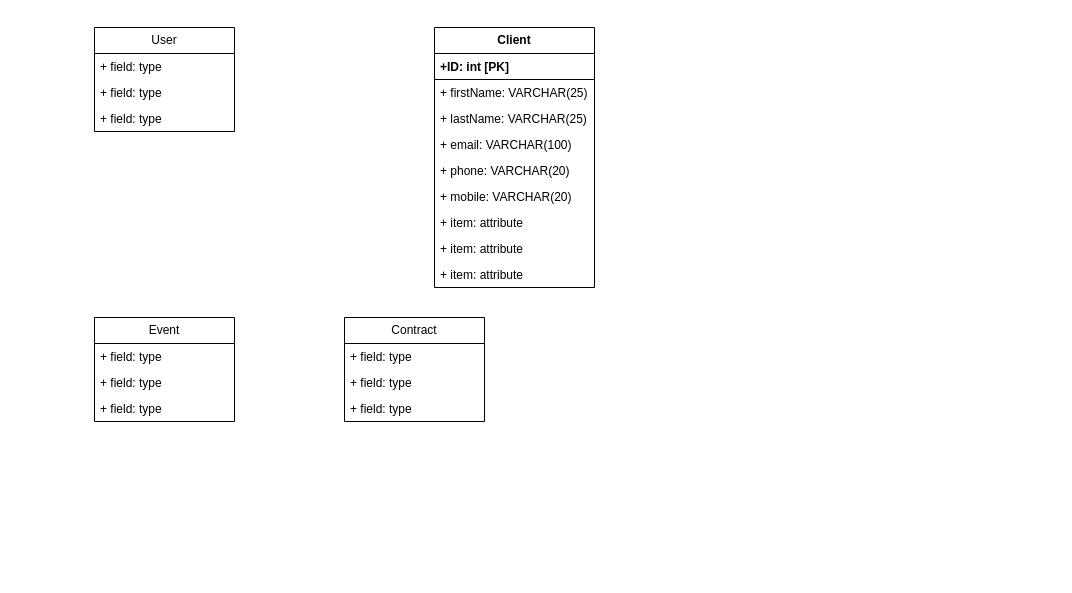
Earlier version of the draw.io diagram CRM.drawio (gmaOCR/TP12). Source tidied: cells renumbered, new cells numbered last; positions are measured from the earlier drawing's top-left corner, leaving out a move shared by most shapes. Both pictures are drawn from the tidied source at 100%, with x=0, y=0 at pixel (94, 27).
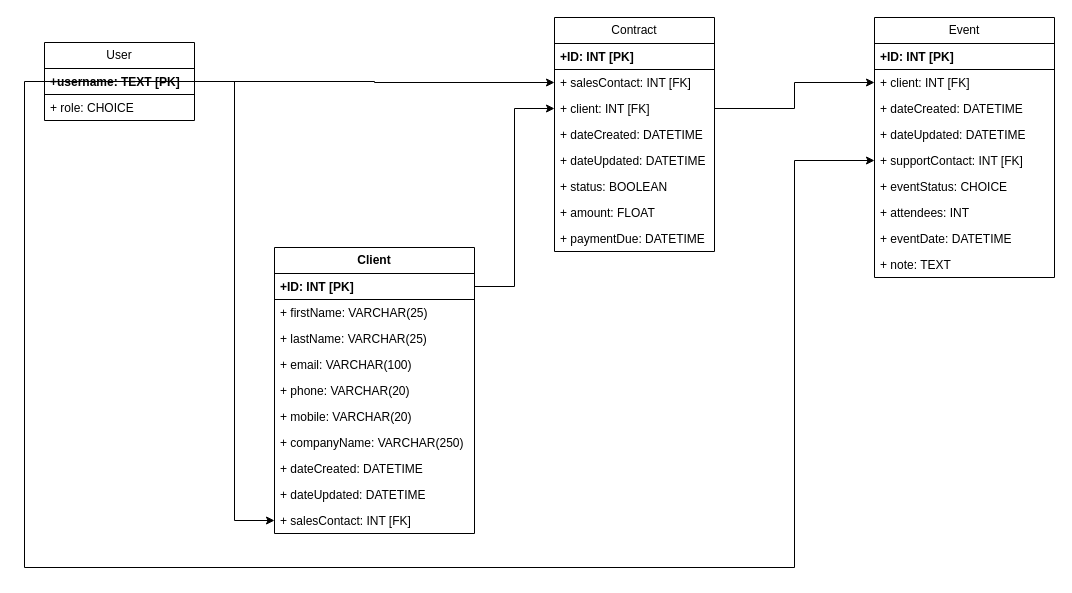
The same diagram, later.

Commit message:
Mettre à jour CRM.drawio

What changed in the source:
```diff
@@
     <mxCell id="2" value="User" style="swimlane;fontStyle=0;horizontal=1;startSize=26;fillColor=none;whiteSpace=wrap;html=1;" parent="1" vertex="1">
-      <mxGeometry width="140" height="104" as="geometry" />
+      <mxGeometry x="-50" y="15" width="150" height="78" as="geometry" />
     </mxCell>
-    <mxCell id="3" value="+ field: type" style="text;strokeColor=none;fillColor=none;align=left;verticalAlign=top;spacingLeft=4;spacingRight=4;overflow=hidden;points=[[0,0.5],[1,0.5]];portConstraint=eastwest;whiteSpace=wrap;html=1;" parent="2" vertex="1">
-      <mxGeometry y="26" width="140" height="26" as="geometry" />
+    <mxCell id="3" value="&lt;b&gt;+username: TEXT [PK]&lt;/b&gt;" style="text;strokeColor=default;fillColor=none;align=left;verticalAlign=top;spacingLeft=4;spacingRight=4;overflow=hidden;points=[[0,0.5],[1,0.5]];portConstraint=eastwest;whiteSpace=wrap;html=1;" parent="2" vertex="1">
+      <mxGeometry y="26" width="150" height="26" as="geometry" />
     </mxCell>
-    <mxCell id="4" value="+ field: type" style="text;strokeColor=none;fillColor=none;align=left;verticalAlign=top;spacingLeft=4;spacingRight=4;overflow=hidden;whiteSpace=wrap;html=1;" parent="2" vertex="1">
-      <mxGeometry y="52" width="140" height="26" as="geometry" />
+    <mxCell id="4" value="+ role: CHOICE" style="text;strokeColor=none;fillColor=none;align=left;verticalAlign=top;spacingLeft=4;spacingRight=4;overflow=hidden;whiteSpace=wrap;html=1;" parent="2" vertex="1">
+      <mxGeometry y="52" width="150" height="26" as="geometry" />
     </mxCell>
-    <mxCell id="5" value="+ field: type" style="text;strokeColor=none;fillColor=none;align=left;verticalAlign=top;spacingLeft=4;spacingRight=4;overflow=hidden;whiteSpace=wrap;html=1;" parent="2" vertex="1">
-      <mxGeometry y="78" width="140" height="26" as="geometry" />
-    </mxCell>
     <mxCell id="6" value="Event" style="swimlane;fontStyle=0;horizontal=1;startSize=26;fillColor=none;whiteSpace=wrap;html=1;" parent="1" vertex="1">
-      <mxGeometry y="290" width="140" height="104" as="geometry" />
+      <mxGeometry x="780" y="-10" width="180" height="260" as="geometry" />
     </mxCell>
-    <mxCell id="7" value="+ field: type" style="text;strokeColor=none;fillColor=none;align=left;verticalAlign=top;spacingLeft=4;spacingRight=4;overflow=hidden;whiteSpace=wrap;html=1;" parent="6" vertex="1">
-      <mxGeometry y="26" width="140" height="26" as="geometry" />
+    <mxCell id="7" value="&lt;b&gt;+ID: INT [PK]&lt;/b&gt;" style="text;strokeColor=default;fillColor=none;align=left;verticalAlign=top;spacingLeft=4;spacingRight=4;overflow=hidden;whiteSpace=wrap;html=1;" parent="6" vertex="1">
+      <mxGeometry y="26" width="180" height="26" as="geometry" />
     </mxCell>
+    <mxCell id="24" value="+ client: INT [FK]" style="text;strokeColor=none;fillColor=none;align=left;verticalAlign=top;spacingLeft=4;spacingRight=4;overflow=hidden;points=[[0,0.5],[1,0.5]];portConstraint=eastwest;whiteSpace=wrap;html=1;" parent="6" vertex="1">
+      <mxGeometry y="52" width="180" height="26" as="geometry" />
+    </mxCell>
+    <mxCell id="25" value="+ dateCreated: DATETIME" style="text;strokeColor=none;fillColor=none;align=left;verticalAlign=top;spacingLeft=4;spacingRight=4;overflow=hidden;whiteSpace=wrap;html=1;" parent="6" vertex="1">
+      <mxGeometry y="78" width="180" height="26" as="geometry" />
+    </mxCell>
+    <mxCell id="26" value="+ dateUpdated: DATETIME" style="text;strokeColor=none;fillColor=none;align=left;verticalAlign=top;spacingLeft=4;spacingRight=4;overflow=hidden;whiteSpace=wrap;html=1;" parent="6" vertex="1">
+      <mxGeometry y="104" width="180" height="26" as="geometry" />
+    </mxCell>
+    <mxCell id="27" value="+ supportContact: INT [FK]" style="text;strokeColor=none;fillColor=none;align=left;verticalAlign=top;spacingLeft=4;spacingRight=4;overflow=hidden;points=[[0,0.5],[1,0.5]];portConstraint=eastwest;whiteSpace=wrap;html=1;" parent="6" vertex="1">
+      <mxGeometry y="130" width="180" height="26" as="geometry" />
+    </mxCell>
+    <mxCell id="28" value="+ eventStatus: CHOICE" style="text;strokeColor=none;fillColor=none;align=left;verticalAlign=top;spacingLeft=4;spacingRight=4;overflow=hidden;whiteSpace=wrap;html=1;" parent="6" vertex="1">
+      <mxGeometry y="156" width="180" height="26" as="geometry" />
+    </mxCell>
+    <mxCell id="29" value="+ attendees: INT" style="text;strokeColor=none;fillColor=none;align=left;verticalAlign=top;spacingLeft=4;spacingRight=4;overflow=hidden;whiteSpace=wrap;html=1;" parent="6" vertex="1">
+      <mxGeometry y="182" width="180" height="26" as="geometry" />
+    </mxCell>
-    <mxCell id="8" value="+ field: type" style="text;strokeColor=none;fillColor=none;align=left;verticalAlign=top;spacingLeft=4;spacingRight=4;overflow=hidden;whiteSpace=wrap;html=1;" parent="6" vertex="1">
-      <mxGeometry y="52" width="140" height="26" as="geometry" />
+    <mxCell id="8" value="+ eventDate: DATETIME" style="text;strokeColor=none;fillColor=none;align=left;verticalAlign=top;spacingLeft=4;spacingRight=4;overflow=hidden;whiteSpace=wrap;html=1;" parent="6" vertex="1">
+      <mxGeometry y="208" width="180" height="26" as="geometry" />
     </mxCell>
-    <mxCell id="9" value="+ field: type" style="text;strokeColor=none;fillColor=none;align=left;verticalAlign=top;spacingLeft=4;spacingRight=4;overflow=hidden;whiteSpace=wrap;html=1;" parent="6" vertex="1">
-      <mxGeometry y="78" width="140" height="26" as="geometry" />
+    <mxCell id="9" value="+ note: TEXT" style="text;strokeColor=none;fillColor=none;align=left;verticalAlign=top;spacingLeft=4;spacingRight=4;overflow=hidden;whiteSpace=wrap;html=1;" parent="6" vertex="1">
+      <mxGeometry y="234" width="180" height="26" as="geometry" />
     </mxCell>
     <mxCell id="10" value="Contract" style="swimlane;fontStyle=0;horizontal=1;startSize=26;fillColor=none;whiteSpace=wrap;html=1;" parent="1" vertex="1">
-      <mxGeometry x="250" y="290" width="140" height="104" as="geometry" />
+      <mxGeometry x="460" y="-10" width="160" height="234" as="geometry" />
     </mxCell>
-    <mxCell id="11" value="+ field: type" style="text;strokeColor=none;fillColor=none;align=left;verticalAlign=top;spacingLeft=4;spacingRight=4;overflow=hidden;whiteSpace=wrap;html=1;" parent="10" vertex="1">
-      <mxGeometry y="26" width="140" height="26" as="geometry" />
+    <mxCell id="11" value="&lt;b&gt;+ID: INT [PK]&lt;/b&gt;" style="text;strokeColor=default;fillColor=none;align=left;verticalAlign=top;spacingLeft=4;spacingRight=4;overflow=hidden;whiteSpace=wrap;html=1;" parent="10" vertex="1">
+      <mxGeometry y="26" width="160" height="26" as="geometry" />
     </mxCell>
-    <mxCell id="12" value="+ field: type" style="text;strokeColor=none;fillColor=none;align=left;verticalAlign=top;spacingLeft=4;spacingRight=4;overflow=hidden;points=[[0,0.5],[1,0.5]];portConstraint=eastwest;whiteSpace=wrap;html=1;" parent="10" vertex="1">
-      <mxGeometry y="52" width="140" height="26" as="geometry" />
+    <mxCell id="12" value="+ salesContact: INT [FK]" style="text;strokeColor=none;fillColor=none;align=left;verticalAlign=top;spacingLeft=4;spacingRight=4;overflow=hidden;points=[[0,0.5],[1,0.5]];portConstraint=eastwest;whiteSpace=wrap;html=1;" parent="10" vertex="1">
+      <mxGeometry y="52" width="160" height="26" as="geometry" />
     </mxCell>
+    <mxCell id="30" value="+ client: INT [FK]" style="text;strokeColor=none;fillColor=none;align=left;verticalAlign=top;spacingLeft=4;spacingRight=4;overflow=hidden;points=[[0,0.5],[1,0.5]];portConstraint=eastwest;whiteSpace=wrap;html=1;" parent="10" vertex="1">
+      <mxGeometry y="78" width="160" height="26" as="geometry" />
+    </mxCell>
+    <mxCell id="31" value="+ dateCreated: DATETIME" style="text;strokeColor=none;fillColor=none;align=left;verticalAlign=top;spacingLeft=4;spacingRight=4;overflow=hidden;whiteSpace=wrap;html=1;" parent="10" vertex="1">
+      <mxGeometry y="104" width="160" height="26" as="geometry" />
+    </mxCell>
+    <mxCell id="32" value="+ dateUpdated: DATETIME" style="text;strokeColor=none;fillColor=none;align=left;verticalAlign=top;spacingLeft=4;spacingRight=4;overflow=hidden;whiteSpace=wrap;html=1;" parent="10" vertex="1">
+      <mxGeometry y="130" width="160" height="26" as="geometry" />
+    </mxCell>
+    <mxCell id="33" value="+ status: BOOLEAN" style="text;strokeColor=none;fillColor=none;align=left;verticalAlign=top;spacingLeft=4;spacingRight=4;overflow=hidden;whiteSpace=wrap;html=1;" parent="10" vertex="1">
+      <mxGeometry y="156" width="160" height="26" as="geometry" />
+    </mxCell>
+    <mxCell id="34" value="+ amount: FLOAT" style="text;strokeColor=none;fillColor=none;align=left;verticalAlign=top;spacingLeft=4;spacingRight=4;overflow=hidden;whiteSpace=wrap;html=1;" parent="10" vertex="1">
+      <mxGeometry y="182" width="160" height="26" as="geometry" />
+    </mxCell>
-    <mxCell id="13" value="+ field: type" style="text;strokeColor=none;fillColor=none;align=left;verticalAlign=top;spacingLeft=4;spacingRight=4;overflow=hidden;whiteSpace=wrap;html=1;" parent="10" vertex="1">
-      <mxGeometry y="78" width="140" height="26" as="geometry" />
+    <mxCell id="13" value="+ paymentDue: DATETIME" style="text;strokeColor=none;fillColor=none;align=left;verticalAlign=top;spacingLeft=4;spacingRight=4;overflow=hidden;whiteSpace=wrap;html=1;" parent="10" vertex="1">
+      <mxGeometry y="208" width="160" height="26" as="geometry" />
     </mxCell>
     <mxCell id="14" value="&lt;b&gt;Client&lt;/b&gt;" style="swimlane;fontStyle=0;horizontal=1;startSize=26;fillColor=none;whiteSpace=wrap;html=1;" parent="1" vertex="1">
-      <mxGeometry x="340" width="160" height="260" as="geometry" />
+      <mxGeometry x="180" y="220" width="200" height="286" as="geometry" />
     </mxCell>
-    <mxCell id="15" value="&lt;b&gt;+ID: int [PK]&lt;/b&gt;" style="text;strokeColor=default;fillColor=none;align=left;verticalAlign=top;spacingLeft=4;spacingRight=4;overflow=hidden;points=[[0,0.5],[1,0.5]];portConstraint=eastwest;whiteSpace=wrap;html=1;" parent="14" vertex="1">
-      <mxGeometry y="26" width="160" height="26" as="geometry" />
+    <mxCell id="15" value="&lt;b&gt;+ID: INT [PK]&lt;/b&gt;" style="text;strokeColor=default;fillColor=none;align=left;verticalAlign=top;spacingLeft=4;spacingRight=4;overflow=hidden;points=[[0,0.5],[1,0.5]];portConstraint=eastwest;whiteSpace=wrap;html=1;" parent="14" vertex="1">
+      <mxGeometry y="26" width="200" height="26" as="geometry" />
     </mxCell>
     <mxCell id="16" value="+ firstName: VARCHAR(25)" style="text;strokeColor=none;fillColor=none;align=left;verticalAlign=top;spacingLeft=4;spacingRight=4;overflow=hidden;whiteSpace=wrap;html=1;" parent="14" vertex="1">
-      <mxGeometry y="52" width="160" height="26" as="geometry" />
+      <mxGeometry y="52" width="200" height="26" as="geometry" />
     </mxCell>
     <mxCell id="17" value="&lt;div&gt;+ lastName: VARCHAR(25)&lt;/div&gt;" style="text;strokeColor=none;fillColor=none;align=left;verticalAlign=top;spacingLeft=4;spacingRight=4;overflow=hidden;whiteSpace=wrap;html=1;" parent="14" vertex="1">
-      <mxGeometry y="78" width="160" height="26" as="geometry" />
+      <mxGeometry y="78" width="200" height="26" as="geometry" />
     </mxCell>
     <mxCell id="18" value="+ email: VARCHAR(100)" style="text;strokeColor=none;fillColor=none;align=left;verticalAlign=top;spacingLeft=4;spacingRight=4;overflow=hidden;whiteSpace=wrap;html=1;" parent="14" vertex="1">
-      <mxGeometry y="104" width="160" height="26" as="geometry" />
+      <mxGeometry y="104" width="200" height="26" as="geometry" />
     </mxCell>
     <mxCell id="19" value="+ phone: VARCHAR(20)" style="text;strokeColor=none;fillColor=none;align=left;verticalAlign=top;spacingLeft=4;spacingRight=4;overflow=hidden;whiteSpace=wrap;html=1;" parent="14" vertex="1">
-      <mxGeometry y="130" width="160" height="26" as="geometry" />
+      <mxGeometry y="130" width="200" height="26" as="geometry" />
     </mxCell>
     <mxCell id="20" value="+ mobile: VARCHAR(20)" style="text;strokeColor=none;fillColor=none;align=left;verticalAlign=top;spacingLeft=4;spacingRight=4;overflow=hidden;whiteSpace=wrap;html=1;" parent="14" vertex="1">
-      <mxGeometry y="156" width="160" height="26" as="geometry" />
+      <mxGeometry y="156" width="200" height="26" as="geometry" />
     </mxCell>
-    <mxCell id="21" value="+ item: attribute" style="text;strokeColor=none;fillColor=none;align=left;verticalAlign=top;spacingLeft=4;spacingRight=4;overflow=hidden;whiteSpace=wrap;html=1;" parent="14" vertex="1">
-      <mxGeometry y="182" width="160" height="26" as="geometry" />
+    <mxCell id="21" value="+ companyName: VARCHAR(250)" style="text;strokeColor=none;fillColor=none;align=left;verticalAlign=top;spacingLeft=4;spacingRight=4;overflow=hidden;whiteSpace=wrap;html=1;" parent="14" vertex="1">
+      <mxGeometry y="182" width="200" height="26" as="geometry" />
     </mxCell>
+    <mxCell id="35" value="+ dateCreated: DATETIME" style="text;strokeColor=none;fillColor=none;align=left;verticalAlign=top;spacingLeft=4;spacingRight=4;overflow=hidden;whiteSpace=wrap;html=1;" parent="14" vertex="1">
+      <mxGeometry y="208" width="200" height="26" as="geometry" />
+    </mxCell>
-    <mxCell id="22" value="+ item: attribute" style="text;strokeColor=none;fillColor=none;align=left;verticalAlign=top;spacingLeft=4;spacingRight=4;overflow=hidden;whiteSpace=wrap;html=1;" parent="14" vertex="1">
-      <mxGeometry y="208" width="160" height="26" as="geometry" />
+    <mxCell id="22" value="+ dateUpdated: DATETIME" style="text;strokeColor=none;fillColor=none;align=left;verticalAlign=top;spacingLeft=4;spacingRight=4;overflow=hidden;whiteSpace=wrap;html=1;" parent="14" vertex="1">
+      <mxGeometry y="234" width="200" height="26" as="geometry" />
     </mxCell>
-    <mxCell id="23" value="+ item: attribute" style="text;strokeColor=none;fillColor=none;align=left;verticalAlign=top;spacingLeft=4;spacingRight=4;overflow=hidden;points=[[0,0.5],[1,0.5]];portConstraint=eastwest;whiteSpace=wrap;html=1;" parent="14" vertex="1">
-      <mxGeometry y="234" width="160" height="26" as="geometry" />
+    <mxCell id="23" value="+ salesContact: INT [FK]" style="text;strokeColor=none;fillColor=none;align=left;verticalAlign=top;spacingLeft=4;spacingRight=4;overflow=hidden;points=[[0,0.5],[1,0.5]];portConstraint=eastwest;whiteSpace=wrap;html=1;" parent="14" vertex="1">
+      <mxGeometry y="260" width="200" height="26" as="geometry" />
     </mxCell>
+    <mxCell id="36" style="edgeStyle=orthogonalEdgeStyle;rounded=0;jettySize=auto;html=1;exitX=1;exitY=0.5;exitDx=0;exitDy=0;entryX=0;entryY=0.5;entryDx=0;entryDy=0;" parent="1" edge="1" source="3" target="23">
+      <mxGeometry relative="1" as="geometry" />
+    </mxCell>
+    <mxCell id="37" style="edgeStyle=orthogonalEdgeStyle;rounded=0;jettySize=auto;html=1;exitX=1;exitY=0.5;exitDx=0;exitDy=0;" parent="1" edge="1" source="15" target="30">
+      <mxGeometry relative="1" as="geometry" />
+    </mxCell>
+    <mxCell id="38" style="edgeStyle=orthogonalEdgeStyle;rounded=0;jettySize=auto;html=1;exitX=1;exitY=0.5;exitDx=0;exitDy=0;entryX=0;entryY=0.5;entryDx=0;entryDy=0;" parent="1" edge="1" source="3" target="12">
+      <mxGeometry relative="1" as="geometry" />
+    </mxCell>
+    <mxCell id="39" style="edgeStyle=orthogonalEdgeStyle;rounded=0;jettySize=auto;html=1;exitX=1;exitY=0.5;exitDx=0;exitDy=0;entryX=0;entryY=0.5;entryDx=0;entryDy=0;" parent="1" edge="1" source="30" target="24">
+      <mxGeometry relative="1" as="geometry" />
+    </mxCell>
+    <mxCell id="40" style="edgeStyle=orthogonalEdgeStyle;rounded=0;jettySize=auto;html=1;exitX=1;exitY=0.5;exitDx=0;exitDy=0;entryX=0;entryY=0.5;entryDx=0;entryDy=0;" parent="1" edge="1" source="3" target="27">
+      <mxGeometry relative="1" as="geometry">
+        <Array as="points">
+          <mxPoint x="-70" y="54" />
+          <mxPoint x="-70" y="540" />
+          <mxPoint x="700" y="540" />
+          <mxPoint x="700" y="133" />
+        </Array>
+      </mxGeometry>
+    </mxCell>
```
